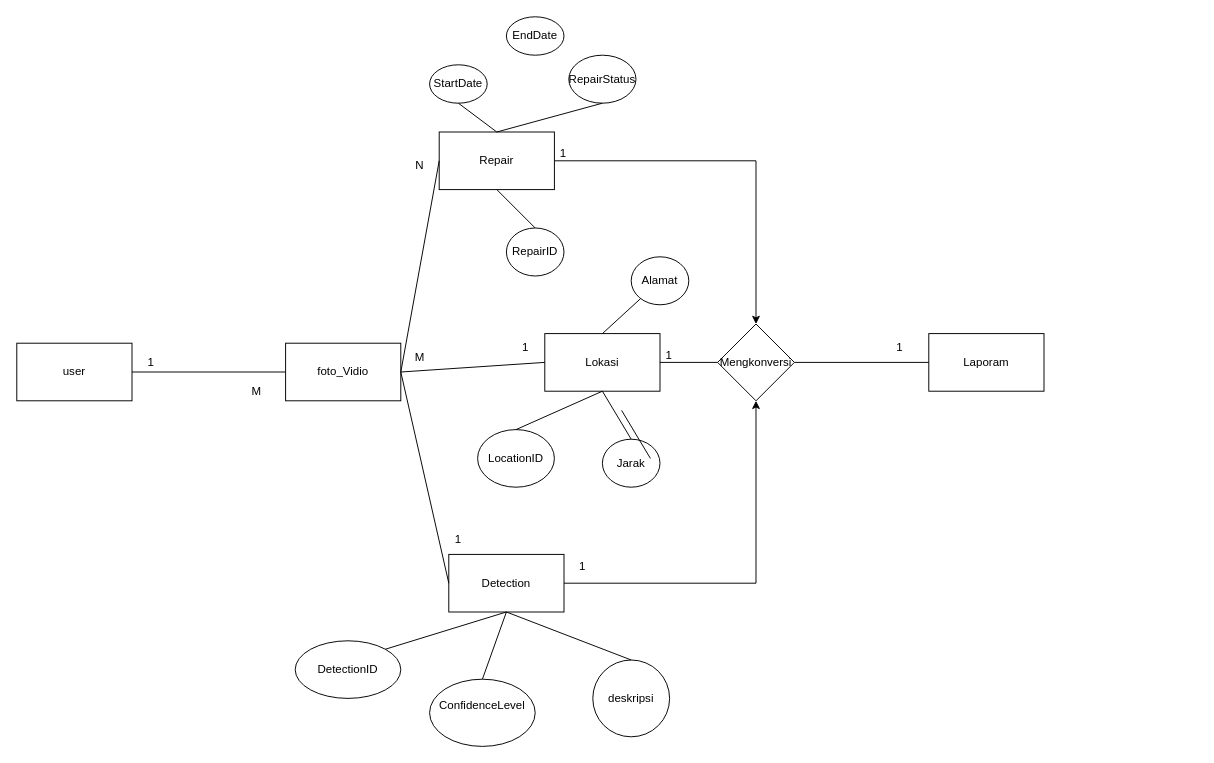
Above: erdroad.drawio in Zegardwg/DrawIo-Projek (draw.io), before the change. Source tidied: cells renumbered, new cells numbered last; positions are measured from the earlier drawing's top-left corner, leaving out a move shared by most shapes. Both pictures are drawn from the tidied source at 96%, with x=0, y=0 at pixel (16, 16).
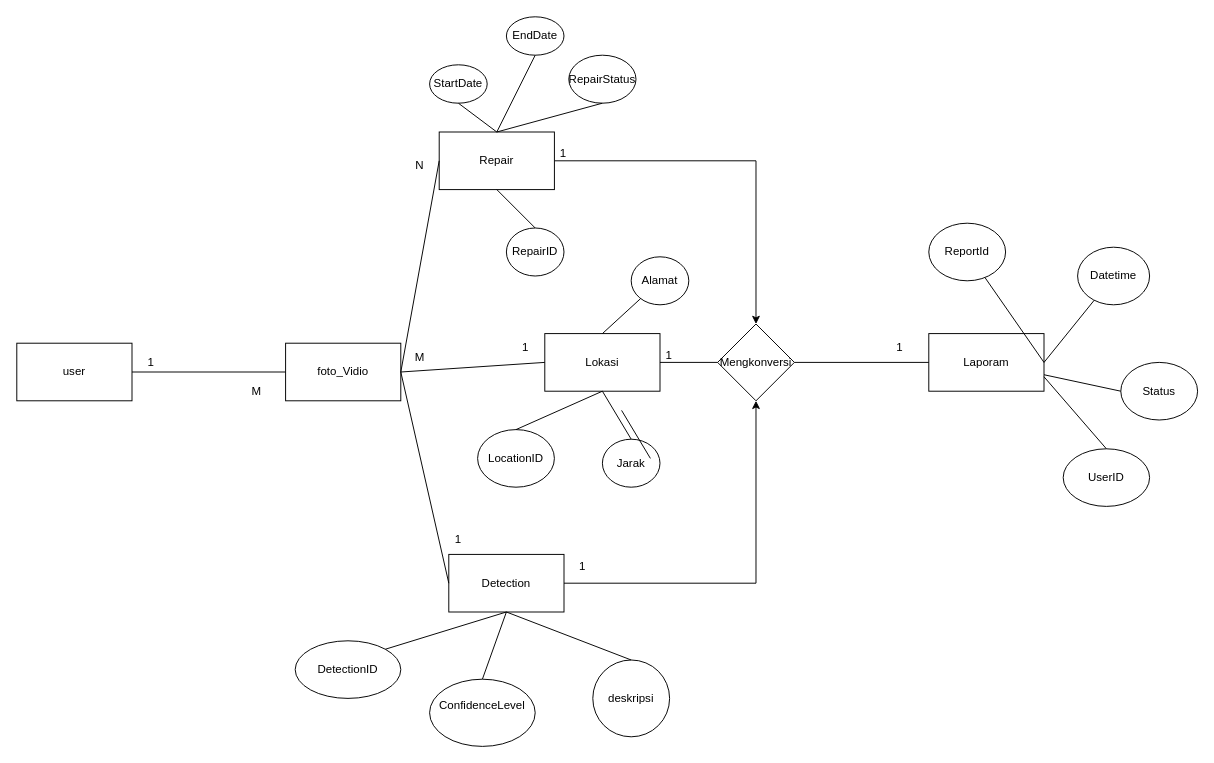
The same diagram, later.

The change refers to these unchanged cells:
```xml
<mxCell id="8" value="Repair" style="rounded=0;whiteSpace=wrap;html=1;" parent="1" vertex="1">
  <mxGeometry x="440" y="120" width="120" height="60" as="geometry" />
</mxCell>
<mxCell id="16" value="Laporam" style="rounded=0;whiteSpace=wrap;html=1;" parent="1" vertex="1">
  <mxGeometry x="950" y="330" width="120" height="60" as="geometry" />
</mxCell>
<mxCell id="25" value="EndDate" style="ellipse;whiteSpace=wrap;html=1;" parent="1" vertex="1">
  <mxGeometry x="510" width="60" height="40" as="geometry" />
</mxCell>
```

The edit, as a diff of the source:
```diff
@@
+    <mxCell id="47" style="endArrow=none;html=1;rounded=0;entryX=0.5;entryY=1;entryDx=0;entryDy=0;exitX=0.5;exitY=0;exitDx=0;exitDy=0;" parent="1" edge="1" source="8" target="25">
+      <mxGeometry relative="1" as="geometry" />
+    </mxCell>
+    <mxCell id="48" value="ReportId" style="ellipse;whiteSpace=wrap;html=1;" parent="1" vertex="1">
+      <mxGeometry x="950" y="215" width="80" height="60" as="geometry" />
+    </mxCell>
+    <mxCell id="49" value="Datetime" style="ellipse;whiteSpace=wrap;html=1;" parent="1" vertex="1">
+      <mxGeometry x="1105" y="240" width="75" height="60" as="geometry" />
+    </mxCell>
+    <mxCell id="50" value="UserID" style="ellipse;whiteSpace=wrap;html=1;" parent="1" vertex="1">
+      <mxGeometry x="1090" y="450" width="90" height="60" as="geometry" />
+    </mxCell>
+    <mxCell id="51" value="Status" style="ellipse;whiteSpace=wrap;html=1;" parent="1" vertex="1">
+      <mxGeometry x="1150" y="360" width="80" height="60" as="geometry" />
+    </mxCell>
+    <mxCell id="52" style="endArrow=none;html=1;rounded=0;exitX=1;exitY=0.5;exitDx=0;exitDy=0;" parent="1" edge="1" source="16" target="48">
+      <mxGeometry relative="1" as="geometry" />
+    </mxCell>
+    <mxCell id="53" style="endArrow=none;html=1;rounded=0;exitX=1;exitY=0.5;exitDx=0;exitDy=0;" parent="1" edge="1" source="16" target="49">
+      <mxGeometry relative="1" as="geometry" />
+    </mxCell>
+    <mxCell id="54" style="endArrow=none;html=1;rounded=0;entryX=0;entryY=0.5;entryDx=0;entryDy=0;" parent="1" edge="1" source="16" target="51">
+      <mxGeometry relative="1" as="geometry" />
+    </mxCell>
+    <mxCell id="55" style="endArrow=none;html=1;rounded=0;exitX=0.5;exitY=0;exitDx=0;exitDy=0;entryX=1;entryY=0.75;entryDx=0;entryDy=0;" parent="1" edge="1" source="50" target="16">
+      <mxGeometry relative="1" as="geometry" />
+    </mxCell>
```
